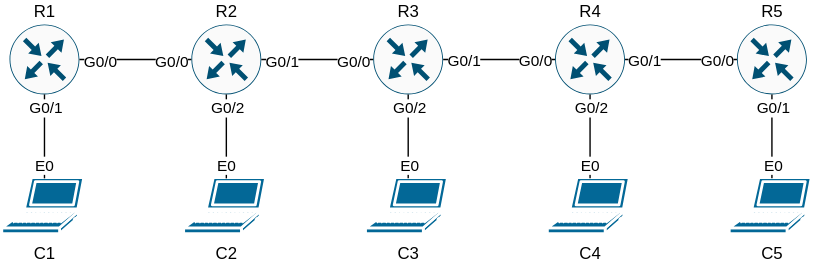
Above: modules/layer-3/ospf/multi-area-p2p/topology/diagram.svg in ackindelt-cyber/ackindelt-networking-cml (draw.io), before the change. Source tidied: cells renumbered, new cells last; positions are measured from the earlier drawing's top-left corner, leaving out a move shared by most shapes.
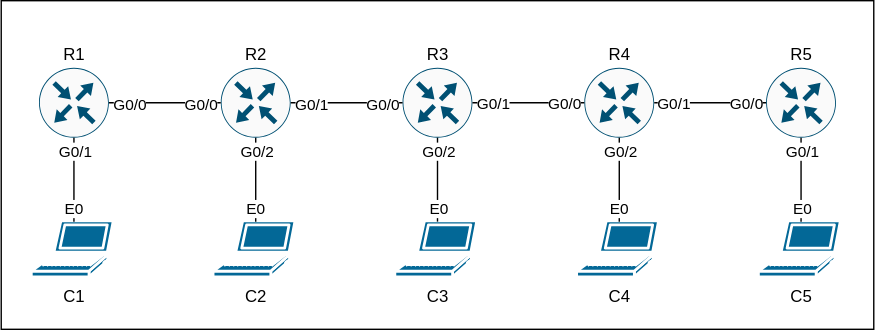
After the change.

What changed in the source:
```diff
@@ -2,6 +2,9 @@
   <root>
     <mxCell id="0" />
     <mxCell id="1" parent="0" />
+    <mxCell id="39" style="rounded=0;whiteSpace=wrap;html=1;" parent="1" vertex="1">
+      <mxGeometry x="-22" y="-48" width="624" height="235" as="geometry" />
+    </mxCell>
     <mxCell id="2" value="C1" style="sketch=0;html=1;dashed=0;fillColor=#036897;strokeColor=#ffffff;strokeWidth=2;verticalLabelPosition=bottom;verticalAlign=top;align=center;outlineConnect=0;shape=mxgraph.cisco.computers_and_peripherals.laptop;" parent="1" vertex="1">
       <mxGeometry y="110" width="60" height="40" as="geometry" />
     </mxCell>
```
